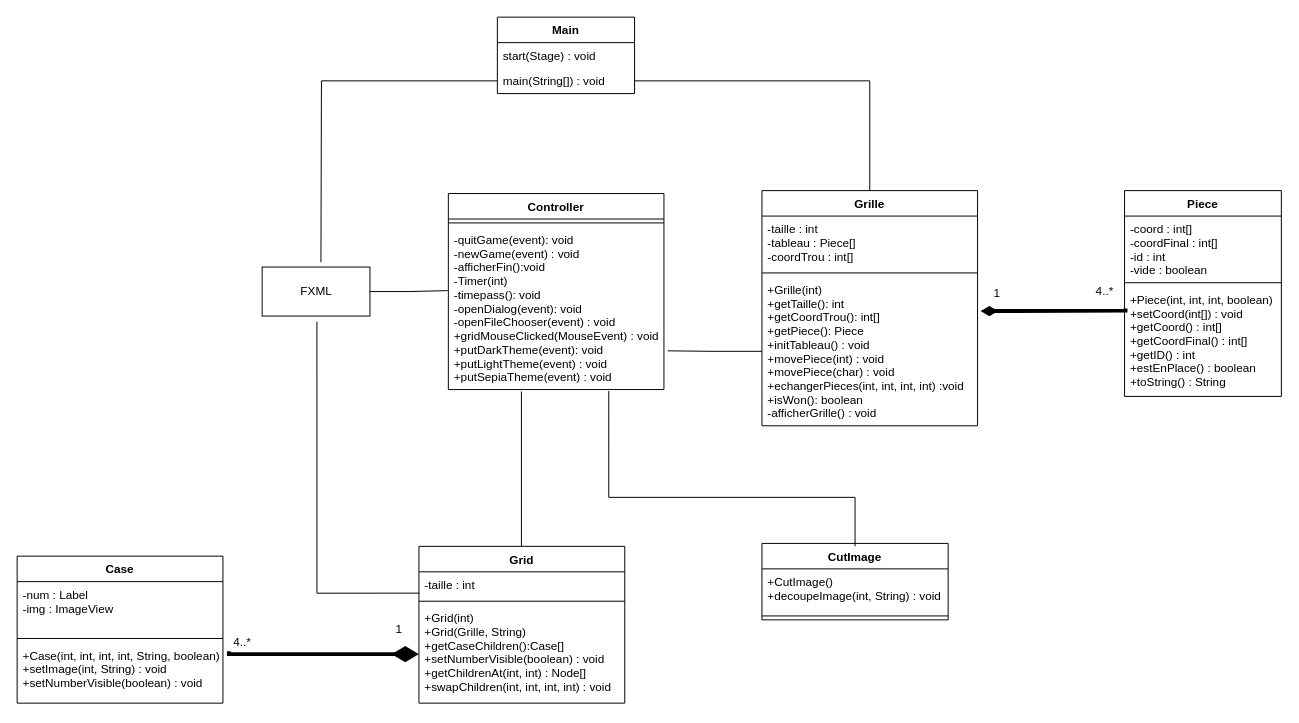
This is Diagramme_Classes.drawio from tiphainewo/Projet-Taquin, a draw.io file, before an edit. Source tidied: cells renumbered, new cells numbered last; positions are measured from the earlier drawing's top-left corner, leaving out a move shared by most shapes. Both pictures are drawn from the tidied source at 98%, with x=0, y=0 at pixel (17, 17).
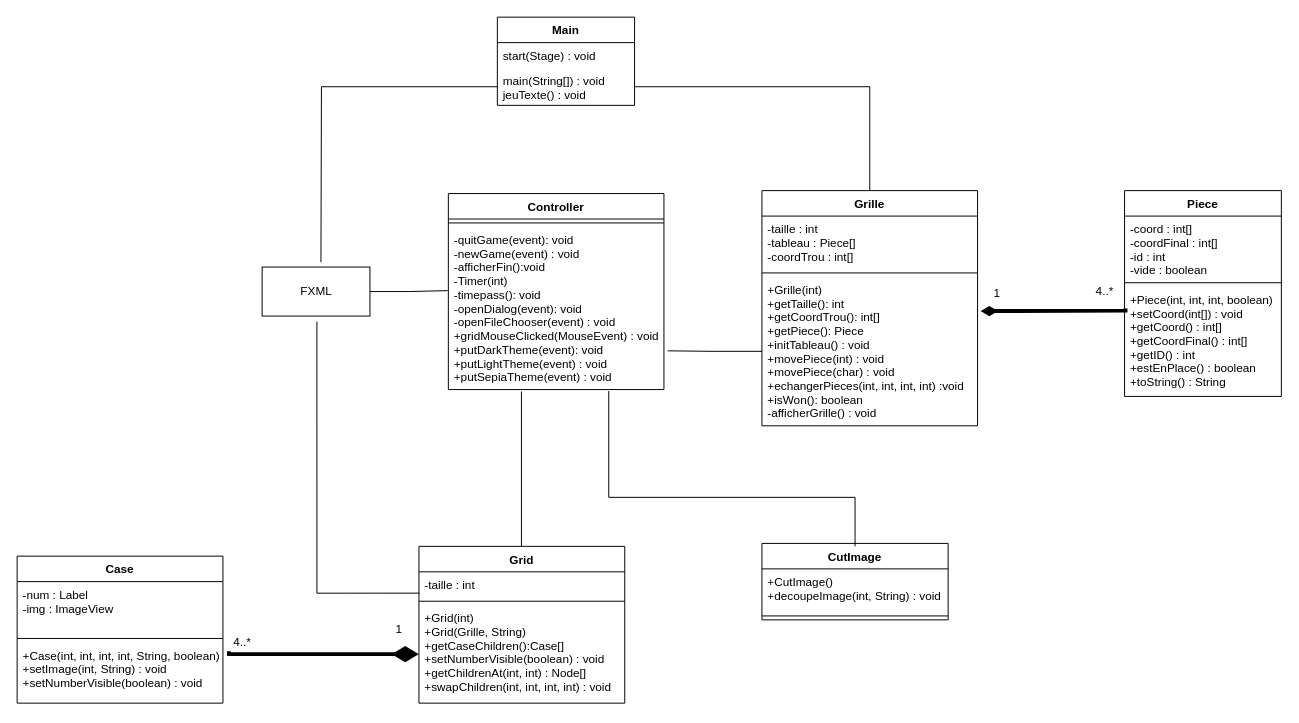
The same page after the edit.

Diff of the diagram source:
```diff
@@
     <mxCell id="36" value="Main" style="swimlane;fontStyle=1;horizontal=1;startSize=26;fillColor=none;" parent="1" vertex="1">
-      <mxGeometry x="490" width="140" height="78" as="geometry" />
+      <mxGeometry x="490" width="140" height="90" as="geometry" />
     </mxCell>
@@
-    <mxCell id="38" value="main(String[]) : void" style="text;strokeColor=none;fillColor=none;align=left;verticalAlign=top;spacingLeft=4;spacingRight=4;overflow=hidden;points=[[0,0.5],[1,0.5]];portConstraint=eastwest;" parent="36" vertex="1">
-      <mxGeometry y="52" width="140" height="26" as="geometry" />
+    <mxCell id="38" value="main(String[]) : void&#10;jeuTexte() : void&#10;" style="text;strokeColor=none;fillColor=none;align=left;verticalAlign=top;spacingLeft=4;spacingRight=4;overflow=hidden;points=[[0,0.5],[1,0.5]];portConstraint=eastwest;" parent="36" vertex="1">
+      <mxGeometry y="52" width="140" height="38" as="geometry" />
     </mxCell>
```
